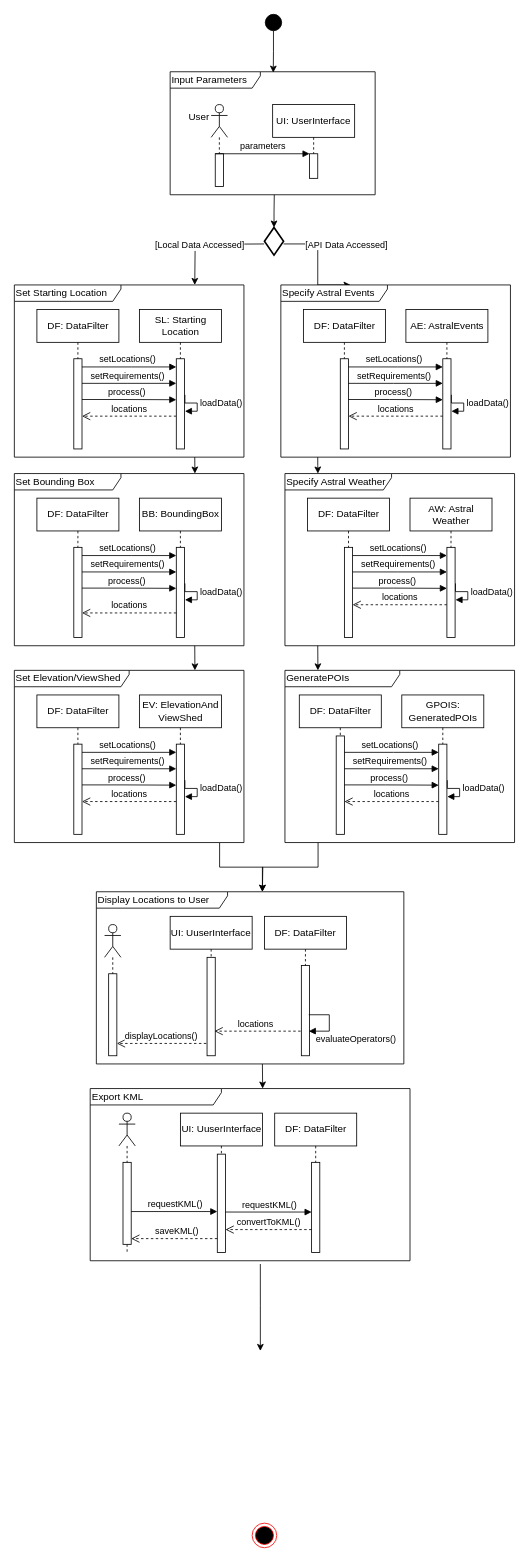
Earlier version of the draw.io diagram UML/DrawIO/InteractionDiagram.drawio (ALEEF02/PrecisionLocationProcessor). Source tidied: cells renumbered, new cells numbered last; positions are measured from the earlier drawing's top-left corner, leaving out a move shared by most shapes. Both pictures are drawn from the tidied source at 82%, with x=0, y=0 at pixel (14, 14).
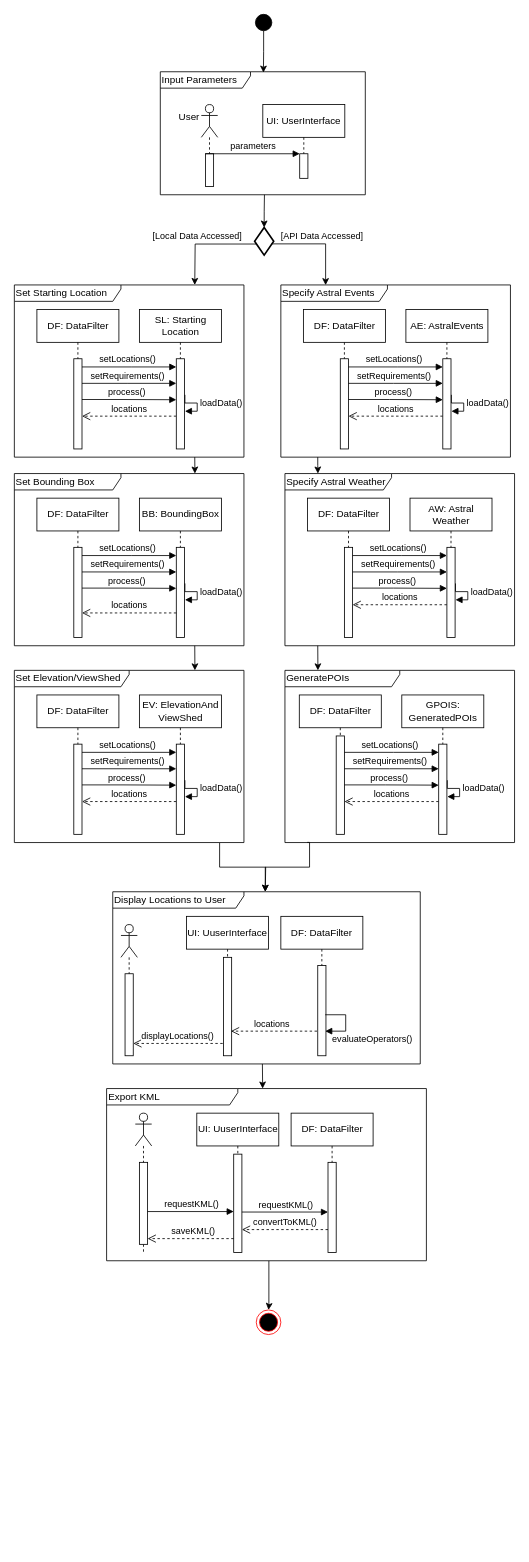
The same diagram, later.

Commit message:
Centering and cleanup

Unchanged cells that the change refers to:
```xml
<mxCell id="44" value="Set Elevation/ViewShed" style="shape=umlFrame;whiteSpace=wrap;html=1;width=140;height=20;align=left;" parent="1" vertex="1">
  <mxGeometry y="800" width="280" height="210" as="geometry" />
</mxCell>
<mxCell id="54" value="Specify Astral Events" style="shape=umlFrame;whiteSpace=wrap;html=1;width=130;height=20;align=left;" parent="1" vertex="1">
  <mxGeometry x="325" y="330" width="280" height="210" as="geometry" />
</mxCell>
<mxCell id="74" value="GeneratePOIs" style="shape=umlFrame;whiteSpace=wrap;html=1;width=140;height=20;align=left;" parent="1" vertex="1">
  <mxGeometry x="330" y="800" width="280" height="210" as="geometry" />
</mxCell>
<mxCell id="85" style="html=1;points=[[0,0,0,0,5],[0,1,0,0,-5],[1,0,0,0,5],[1,1,0,0,-5]];perimeter=orthogonalPerimeter;outlineConnect=0;targetShapes=umlLifeline;portConstraint=eastwest;newEdgeStyle={&quot;curved&quot;:0,&quot;rounded&quot;:0};" parent="84" vertex="1">
  <mxGeometry x="5" y="60" width="10" height="100" as="geometry" />
</mxCell>
```

What changed in the source:
```diff
@@
     <mxCell id="2" style="ellipse;whiteSpace=wrap;html=1;fillColor=#000000;" parent="1" vertex="1">
-      <mxGeometry x="306" width="20" height="20" as="geometry" />
+      <mxGeometry x="294" width="20" height="20" as="geometry" />
     </mxCell>
     <mxCell id="3" style="shape=umlLifeline;perimeter=lifelinePerimeter;whiteSpace=wrap;html=1;newEdgeStyle={&quot;curved&quot;:0,&quot;rounded&quot;:0};participant=umlActor;" parent="1" vertex="1">
-      <mxGeometry x="240" y="110" width="20" height="100" as="geometry" />
+      <mxGeometry x="228" y="110" width="20" height="100" as="geometry" />
     </mxCell>
@@
     <mxCell id="5" value="User" style="text;html=1;align=center;verticalAlign=middle;strokeColor=none;fillColor=none;" parent="1" vertex="1">
-      <mxGeometry x="200" y="110" width="50" height="30" as="geometry" />
+      <mxGeometry x="188" y="110" width="50" height="30" as="geometry" />
     </mxCell>
     <mxCell id="6" value="UI: UserInterface" style="shape=umlLifeline;perimeter=lifelinePerimeter;whiteSpace=wrap;html=1;newEdgeStyle={&quot;curved&quot;:0,&quot;rounded&quot;:0};" parent="1" vertex="1">
-      <mxGeometry x="315" y="110" width="100" height="90" as="geometry" />
+      <mxGeometry x="303" y="110" width="100" height="90" as="geometry" />
     </mxCell>
@@
     <mxCell id="8" value="parameters" style="html=1;verticalAlign=bottom;endArrow=block;curved=0;rounded=0;" parent="1" edge="1">
       <mxGeometry relative="1" as="geometry">
-        <mxPoint x="245" y="170" as="sourcePoint" />
-        <mxPoint x="360" y="170" as="targetPoint" />
+        <mxPoint x="233" y="170" as="sourcePoint" />
+        <mxPoint x="348" y="170" as="targetPoint" />
       </mxGeometry>
     </mxCell>
     <mxCell id="9" value="Input Parameters" style="shape=umlFrame;whiteSpace=wrap;html=1;width=110;height=20;align=left;" parent="1" vertex="1">
-      <mxGeometry x="190" y="70" width="250" height="150" as="geometry" />
+      <mxGeometry x="178" y="70" width="250" height="150" as="geometry" />
     </mxCell>
@@
     <mxCell id="11" style="strokeWidth=2;html=1;shape=mxgraph.flowchart.decision;whiteSpace=wrap;" parent="1" vertex="1">
-      <mxGeometry x="305" y="260" width="23.3" height="33.6" as="geometry" />
+      <mxGeometry x="293" y="260" width="23.3" height="33.6" as="geometry" />
     </mxCell>
@@
-    <mxCell id="13" style="edgeStyle=orthogonalEdgeStyle;rounded=0;orthogonalLoop=1;jettySize=auto;html=1;exitX=0;exitY=0.5;exitDx=0;exitDy=0;exitPerimeter=0;" parent="1" edge="1">
+    <mxCell id="13" style="edgeStyle=orthogonalEdgeStyle;rounded=0;jettySize=auto;html=1;exitX=0.11;exitY=0.598;exitDx=0;exitDy=0;exitPerimeter=0;" parent="1" edge="1" source="11">
       <mxGeometry relative="1" as="geometry">
-        <mxPoint x="304.6" y="280" as="sourcePoint" />
         <mxPoint x="220" y="330" as="targetPoint" />
       </mxGeometry>
     </mxCell>
     <mxCell id="14" value="[Local Data Accessed]" style="edgeLabel;html=1;align=center;verticalAlign=middle;" parent="13" vertex="1">
       <mxGeometry x="-0.2" y="1" relative="1" as="geometry">
-        <mxPoint x="-26" as="offset" />
+        <mxPoint x="-23" y="-11" as="offset" />
       </mxGeometry>
     </mxCell>
-    <mxCell id="15" style="edgeStyle=orthogonalEdgeStyle;rounded=0;orthogonalLoop=1;jettySize=auto;html=1;exitX=1;exitY=0.5;exitDx=0;exitDy=0;exitPerimeter=0;entryX=0.305;entryY=0;entryDx=0;entryDy=0;entryPerimeter=0;" parent="1" edge="1">
+    <mxCell id="15" style="edgeStyle=orthogonalEdgeStyle;rounded=0;jettySize=auto;html=1;exitX=0.893;exitY=0.593;exitDx=0;exitDy=0;exitPerimeter=0;entryX=0.195;entryY=0.001;entryDx=0;entryDy=0;entryPerimeter=0;" parent="1" edge="1" source="11" target="54">
       <mxGeometry relative="1" as="geometry">
-        <mxPoint x="328.3" y="280" as="sourcePoint" />
-        <mxPoint x="410" y="330" as="targetPoint" />
         <Array as="points">
-          <mxPoint x="370" y="280" />
-          <mxPoint x="370" y="330" />
+          <mxPoint x="380" y="280" />
         </Array>
       </mxGeometry>
     </mxCell>
     <mxCell id="16" value="[API Data Accessed]" style="edgeLabel;html=1;align=center;verticalAlign=middle;" parent="15" vertex="1">
       <mxGeometry x="-0.41" y="3" relative="1" as="geometry">
-        <mxPoint x="37" y="3" as="offset" />
+        <mxPoint x="27" y="-7" as="offset" />
       </mxGeometry>
     </mxCell>
@@
     <mxCell id="79" value="UI: UuserInterface" style="shape=umlLifeline;perimeter=lifelinePerimeter;whiteSpace=wrap;html=1;newEdgeStyle={&quot;curved&quot;:0,&quot;rounded&quot;:0};" parent="1" vertex="1">
-      <mxGeometry x="190" y="1100" width="100" height="170" as="geometry" />
+      <mxGeometry x="210" y="1100" width="100" height="170" as="geometry" />
     </mxCell>
@@
     <mxCell id="81" value="DF: DataFilter" style="shape=umlLifeline;perimeter=lifelinePerimeter;whiteSpace=wrap;html=1;newEdgeStyle={&quot;curved&quot;:0,&quot;rounded&quot;:0};" parent="1" vertex="1">
-      <mxGeometry x="305" y="1100" width="100" height="170" as="geometry" />
+      <mxGeometry x="325" y="1100" width="100" height="170" as="geometry" />
     </mxCell>
@@
     <mxCell id="83" value="Display Locations to User" style="shape=umlFrame;whiteSpace=wrap;html=1;width=160;height=20;align=left;" parent="1" vertex="1">
-      <mxGeometry x="100" y="1070" width="375" height="210" as="geometry" />
+      <mxGeometry x="120" y="1070" width="375" height="210" as="geometry" />
     </mxCell>
     <mxCell id="84" style="shape=umlLifeline;perimeter=lifelinePerimeter;whiteSpace=wrap;html=1;newEdgeStyle={&quot;curved&quot;:0,&quot;rounded&quot;:0};participant=umlActor;" parent="1" vertex="1">
-      <mxGeometry x="110" y="1110" width="20" height="160" as="geometry" />
+      <mxGeometry x="130" y="1110" width="20" height="160" as="geometry" />
     </mxCell>
@@
     <mxCell id="86" value="evaluateOperators()" style="html=1;align=left;spacingLeft=2;endArrow=block;rounded=0;edgeStyle=orthogonalEdgeStyle;curved=0;rounded=0;" parent="1" edge="1">
       <mxGeometry x="0.86" y="10" relative="1" as="geometry">
-        <mxPoint x="359.1" y="1220" as="sourcePoint" />
-        <mxPoint x="359.1" y="1240" as="targetPoint" />
+        <mxPoint x="379.1" y="1220" as="sourcePoint" />
+        <mxPoint x="379.1" y="1240" as="targetPoint" />
         <Array as="points">
-          <mxPoint x="384.1" y="1220" />
-          <mxPoint x="384.1" y="1240" />
+          <mxPoint x="404.1" y="1220" />
+          <mxPoint x="404.1" y="1240" />
         </Array>
       </mxGeometry>
     </mxCell>
     <mxCell id="87" value="displayLocations()" style="html=1;verticalAlign=bottom;endArrow=open;dashed=1;endSize=8;curved=0;rounded=0;" parent="1" edge="1" target="85">
       <mxGeometry relative="1" as="geometry">
-        <mxPoint x="234.1" y="1255" as="sourcePoint" />
+        <mxPoint x="254.1" y="1255" as="sourcePoint" />
       </mxGeometry>
     </mxCell>
     <mxCell id="88" value="locations" style="html=1;verticalAlign=bottom;endArrow=open;dashed=1;endSize=8;curved=0;rounded=0;" parent="1" edge="1">
       <mxGeometry x="0.05" relative="1" as="geometry">
-        <mxPoint x="349.1" y="1240" as="sourcePoint" />
-        <mxPoint x="244.1" y="1240" as="targetPoint" />
+        <mxPoint x="369.1" y="1240" as="sourcePoint" />
+        <mxPoint x="264.1" y="1240" as="targetPoint" />
       </mxGeometry>
     </mxCell>
     <mxCell id="89" value="UI: UuserInterface" style="shape=umlLifeline;perimeter=lifelinePerimeter;whiteSpace=wrap;html=1;newEdgeStyle={&quot;curved&quot;:0,&quot;rounded&quot;:0};" parent="1" vertex="1">
-      <mxGeometry x="202.5" y="1340" width="100" height="170" as="geometry" />
+      <mxGeometry x="222.5" y="1340" width="100" height="170" as="geometry" />
     </mxCell>
@@
     <mxCell id="91" value="DF: DataFilter" style="shape=umlLifeline;perimeter=lifelinePerimeter;whiteSpace=wrap;html=1;newEdgeStyle={&quot;curved&quot;:0,&quot;rounded&quot;:0};" parent="1" vertex="1">
-      <mxGeometry x="317.5" y="1340" width="100" height="170" as="geometry" />
+      <mxGeometry x="337.5" y="1340" width="100" height="170" as="geometry" />
     </mxCell>
@@
     <mxCell id="93" value="Export KML" style="shape=umlFrame;whiteSpace=wrap;html=1;width=160;height=20;align=left;" parent="1" vertex="1">
-      <mxGeometry x="92.5" y="1310" width="390" height="210" as="geometry" />
+      <mxGeometry x="112.5" y="1310" width="390" height="210" as="geometry" />
     </mxCell>
     <mxCell id="94" style="shape=umlLifeline;perimeter=lifelinePerimeter;whiteSpace=wrap;html=1;newEdgeStyle={&quot;curved&quot;:0,&quot;rounded&quot;:0};participant=umlActor;" parent="1" vertex="1">
-      <mxGeometry x="127.5" y="1340" width="20" height="170" as="geometry" />
+      <mxGeometry x="147.5" y="1340" width="20" height="170" as="geometry" />
     </mxCell>
@@
     <mxCell id="96" value="convertToKML()" style="html=1;verticalAlign=bottom;endArrow=open;dashed=1;endSize=8;curved=0;rounded=0;" parent="1" edge="1">
       <mxGeometry relative="1" as="geometry">
-        <mxPoint x="362.5" y="1482" as="sourcePoint" />
-        <mxPoint x="257.5" y="1482" as="targetPoint" />
+        <mxPoint x="382.5" y="1482" as="sourcePoint" />
+        <mxPoint x="277.5" y="1482" as="targetPoint" />
         <Array as="points">
-          <mxPoint x="297.5" y="1482" />
+          <mxPoint x="317.5" y="1482" />
         </Array>
       </mxGeometry>
     </mxCell>
     <mxCell id="97" value="requestKML()" style="html=1;verticalAlign=bottom;endArrow=block;curved=0;rounded=0;" parent="1" edge="1">
       <mxGeometry relative="1" as="geometry">
-        <mxPoint x="142.5" y="1460" as="sourcePoint" />
-        <mxPoint x="247.5" y="1460" as="targetPoint" />
+        <mxPoint x="162.5" y="1460" as="sourcePoint" />
+        <mxPoint x="267.5" y="1460" as="targetPoint" />
       </mxGeometry>
     </mxCell>
     <mxCell id="98" value="requestKML()" style="html=1;verticalAlign=bottom;endArrow=block;curved=0;rounded=0;" parent="1" edge="1">
       <mxGeometry relative="1" as="geometry">
-        <mxPoint x="257.5" y="1460.6" as="sourcePoint" />
-        <mxPoint x="362.5" y="1460.6" as="targetPoint" />
+        <mxPoint x="277.5" y="1460.6" as="sourcePoint" />
+        <mxPoint x="382.5" y="1460.6" as="targetPoint" />
       </mxGeometry>
     </mxCell>
     <mxCell id="99" value="saveKML()" style="html=1;verticalAlign=bottom;endArrow=open;dashed=1;endSize=8;curved=0;rounded=0;" parent="1" edge="1">
       <mxGeometry x="-0.05" relative="1" as="geometry">
-        <mxPoint x="247.5" y="1493" as="sourcePoint" />
-        <mxPoint x="142.5" y="1493" as="targetPoint" />
+        <mxPoint x="267.5" y="1493" as="sourcePoint" />
+        <mxPoint x="162.5" y="1493" as="targetPoint" />
       </mxGeometry>
     </mxCell>
@@
     <mxCell id="101" style="ellipse;html=1;shape=endState;fillColor=#000000;strokeColor=#ff0000;" parent="1" vertex="1">
-      <mxGeometry x="290" y="1840" width="30" height="30" as="geometry" />
+      <mxGeometry x="295" y="1580" width="30" height="30" as="geometry" />
     </mxCell>
-    <mxCell id="102" style="edgeStyle=orthogonalEdgeStyle;rounded=0;jettySize=auto;html=1;entryX=0.508;entryY=1;entryDx=0;entryDy=0;entryPerimeter=0;exitX=0.532;exitY=1.019;exitDx=0;exitDy=0;exitPerimeter=0;" parent="1" edge="1" source="93">
+    <mxCell id="102" style="edgeStyle=orthogonalEdgeStyle;rounded=0;jettySize=auto;html=1;entryX=0.5;entryY=0;entryDx=0;entryDy=0;exitX=0.533;exitY=1.001;exitDx=0;exitDy=0;exitPerimeter=0;" parent="1" edge="1" target="101">
       <mxGeometry relative="1" as="geometry">
-        <mxPoint x="300" y="1630" as="targetPoint" />
+        <mxPoint x="310.4" y="1520.2" as="sourcePoint" />
+        <Array as="points">
+          <mxPoint x="310" y="1576" />
+          <mxPoint x="310" y="1576" />
+        </Array>
       </mxGeometry>
     </mxCell>
@@
-    <mxCell id="105" style="edgeStyle=orthogonalEdgeStyle;rounded=0;orthogonalLoop=1;jettySize=auto;html=1;entryX=0.508;entryY=1;entryDx=0;entryDy=0;entryPerimeter=0;exitX=0.286;exitY=1.001;exitDx=0;exitDy=0;exitPerimeter=0;" parent="1" edge="1">
+    <mxCell id="105" style="edgeStyle=orthogonalEdgeStyle;rounded=0;jettySize=auto;html=1;exitX=0.097;exitY=0.999;exitDx=0;exitDy=0;exitPerimeter=0;" parent="1" edge="1" source="74">
       <mxGeometry relative="1" as="geometry">
-        <mxPoint x="370.4" y="1010.2" as="sourcePoint" />
-        <mxPoint x="302.5" y="1070" as="targetPoint" />
+        <mxPoint x="306" y="1070" as="targetPoint" />
         <Array as="points">
-          <mxPoint x="370" y="1040" />
-          <mxPoint x="303" y="1040" />
+          <mxPoint x="360" y="1010" />
+          <mxPoint x="360" y="1040" />
+          <mxPoint x="306" y="1040" />
         </Array>
       </mxGeometry>
     </mxCell>
-    <mxCell id="106" style="edgeStyle=orthogonalEdgeStyle;rounded=0;jettySize=auto;html=1;entryX=0.508;entryY=1;entryDx=0;entryDy=0;entryPerimeter=0;exitX=0.894;exitY=1.002;exitDx=0;exitDy=0;exitPerimeter=0;" parent="1" edge="1" source="44">
+    <mxCell id="106" style="edgeStyle=orthogonalEdgeStyle;rounded=0;jettySize=auto;html=1;exitX=0.894;exitY=1.002;exitDx=0;exitDy=0;exitPerimeter=0;" parent="1" edge="1" source="44">
       <mxGeometry relative="1" as="geometry">
-        <mxPoint x="302.5" y="1070" as="targetPoint" />
+        <mxPoint x="306" y="1070" as="targetPoint" />
       </mxGeometry>
     </mxCell>
```
